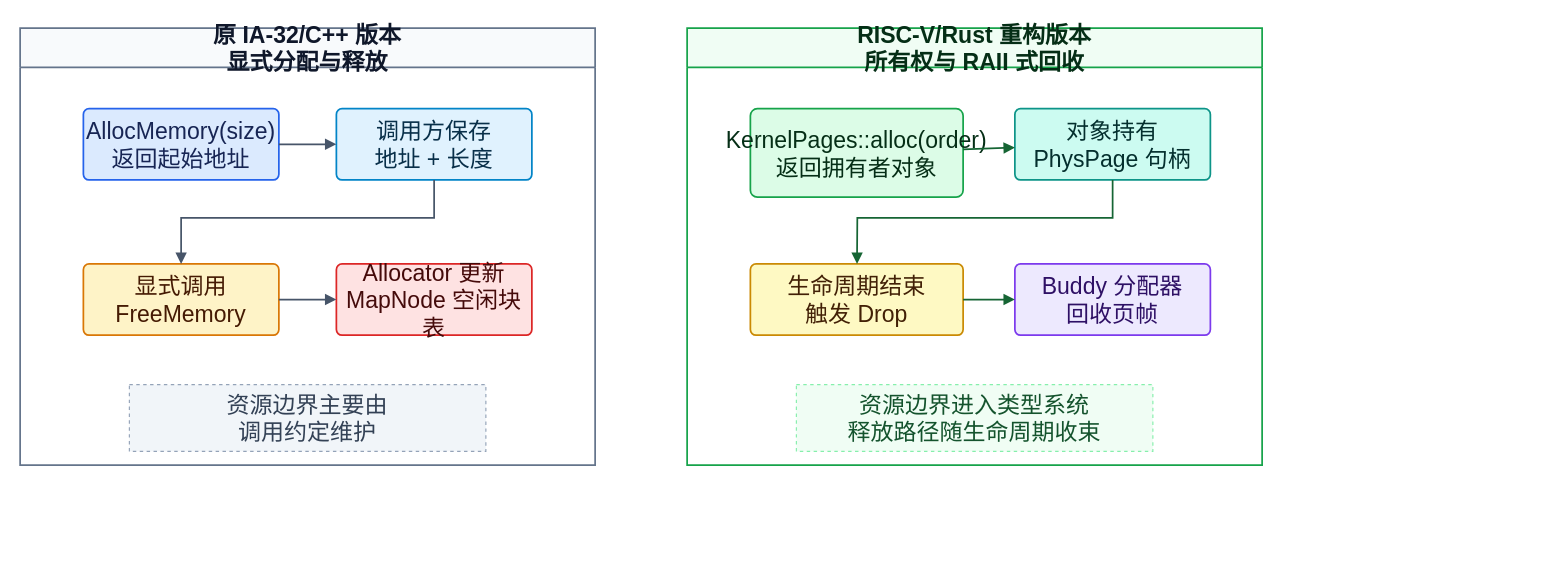
Earlier version of the draw.io diagram figures/mm-lifetime.drawio (greatbridf/Thesis). Source tidied: cells renumbered, new cells numbered last; positions are measured from the earlier drawing's top-left corner, leaving out a move shared by most shapes. Both pictures are drawn from the tidied source at 115%, with x=0, y=0 at pixel (20, 28).
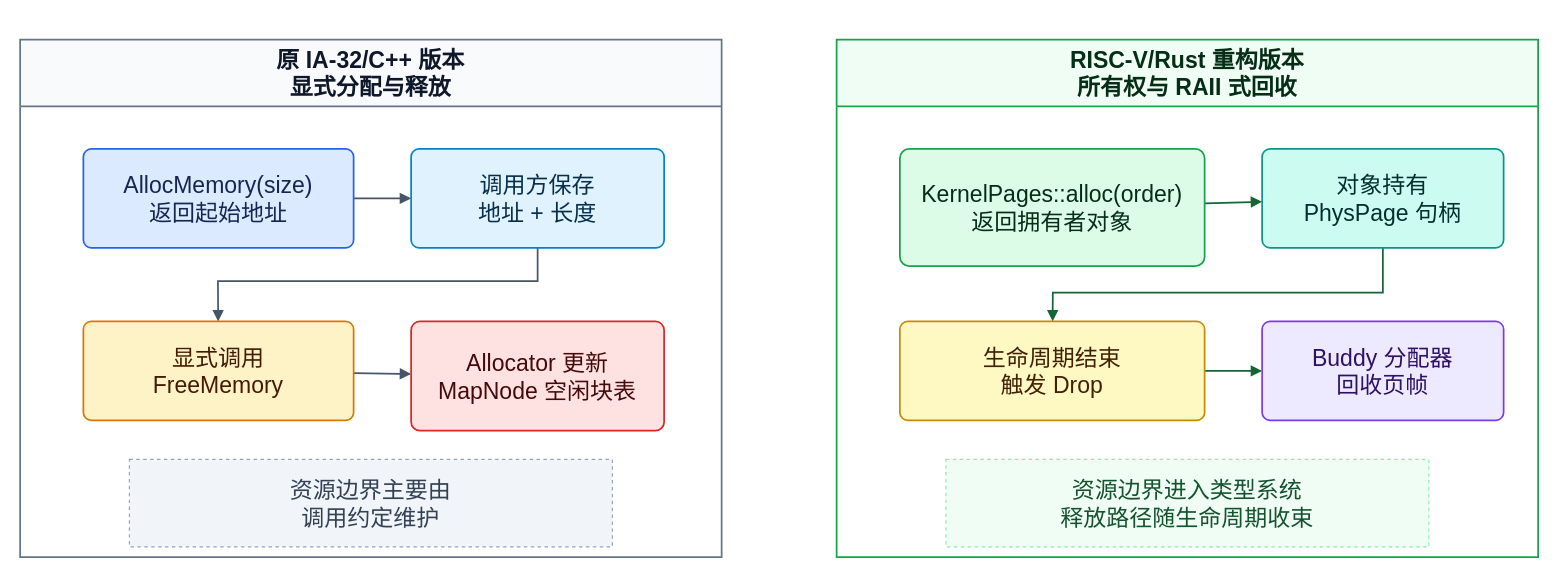
The same page after the edit.

Change to the diagram source:
```diff
@@
+    <mxCell id="14" style="endArrow=block;html=1;rounded=0;strokeColor=#475569;strokeWidth=1.5;" parent="2" edge="1" source="4" target="5">
+      <mxGeometry relative="1" as="geometry" />
+    </mxCell>
+    <mxCell id="15" style="endArrow=block;html=1;rounded=0;strokeColor=#475569;strokeWidth=1.5;" parent="2" edge="1" source="5" target="6">
+      <mxGeometry relative="1" as="geometry">
+        <Array as="points">
+          <mxPoint x="450" y="210" />
+          <mxPoint x="172" y="210" />
+        </Array>
+      </mxGeometry>
+    </mxCell>
+    <mxCell id="16" style="endArrow=block;html=1;rounded=0;strokeColor=#475569;strokeWidth=1.5;" parent="2" edge="1" source="6" target="7">
+      <mxGeometry relative="1" as="geometry" />
+    </mxCell>
+    <mxCell id="17" style="endArrow=block;html=1;rounded=0;strokeColor=#166534;strokeWidth=1.5;" parent="3" edge="1" source="8" target="9">
+      <mxGeometry relative="1" as="geometry" />
+    </mxCell>
+    <mxCell id="18" style="endArrow=block;html=1;rounded=0;strokeColor=#166534;strokeWidth=1.5;" parent="3" edge="1" source="9" target="10">
+      <mxGeometry relative="1" as="geometry">
+        <Array as="points">
+          <mxPoint x="475" y="220" />
+          <mxPoint x="188" y="220" />
+        </Array>
+      </mxGeometry>
+    </mxCell>
+    <mxCell id="19" style="endArrow=block;html=1;rounded=0;strokeColor=#166534;strokeWidth=1.5;" parent="3" edge="1" source="10" target="11">
+      <mxGeometry relative="1" as="geometry" />
+    </mxCell>
-    <mxCell id="2" value="原 IA-32/C++ 版本&lt;br&gt;显式分配与释放" style="swimlane;html=1;startSize=34;rounded=0;whiteSpace=wrap;fillColor=#f8fafc;strokeColor=#64748b;fontColor=#0f172a;fontStyle=1;strokeWidth=1.5;fontSize=20;" parent="1" vertex="1">
-      <mxGeometry width="500" height="380" as="geometry" />
+    <mxCell id="2" value="原 IA-32/C++ 版本&lt;br&gt;显式分配与释放" style="swimlane;html=1;startSize=58;rounded=0;whiteSpace=wrap;fillColor=#f8fafc;strokeColor=#64748b;fontColor=#0f172a;fontStyle=1;strokeWidth=1.5;fontSize=20;" parent="1" vertex="1">
+      <mxGeometry y="10" width="610" height="450" as="geometry" />
     </mxCell>
-    <mxCell id="3" value="RISC-V/Rust 重构版本&lt;br&gt;所有权与 RAII 式回收" style="swimlane;html=1;startSize=34;rounded=0;whiteSpace=wrap;fillColor=#f0fdf4;strokeColor=#16a34a;fontColor=#052e16;fontStyle=1;strokeWidth=1.5;fontSize=20;" parent="1" vertex="1">
-      <mxGeometry x="580" width="500" height="380" as="geometry" />
+    <mxCell id="3" value="RISC-V/Rust 重构版本&lt;br&gt;所有权与 RAII 式回收" style="swimlane;html=1;startSize=58;rounded=0;whiteSpace=wrap;fillColor=#f0fdf4;strokeColor=#16a34a;fontColor=#052e16;fontStyle=1;strokeWidth=1.5;fontSize=20;" parent="1" vertex="1">
+      <mxGeometry x="710" y="10" width="610" height="450" as="geometry" />
     </mxCell>
     <mxCell id="4" value="AllocMemory(size)&lt;br&gt;返回起始地址" style="rounded=1;whiteSpace=wrap;html=1;fillColor=#dbeafe;strokeColor=#2563eb;fontColor=#172554;arcSize=8;strokeWidth=1.5;fontSize=20;" parent="2" vertex="1">
-      <mxGeometry x="55" y="70" width="170" height="62" as="geometry" />
+      <mxGeometry x="55" y="95" width="235" height="86" as="geometry" />
     </mxCell>
     <mxCell id="5" value="调用方保存&lt;br&gt;地址 + 长度" style="rounded=1;whiteSpace=wrap;html=1;fillColor=#e0f2fe;strokeColor=#0284c7;fontColor=#082f49;arcSize=8;strokeWidth=1.5;fontSize=20;" parent="2" vertex="1">
-      <mxGeometry x="275" y="70" width="170" height="62" as="geometry" />
+      <mxGeometry x="340" y="95" width="220" height="86" as="geometry" />
     </mxCell>
     <mxCell id="6" value="显式调用&lt;br&gt;FreeMemory" style="rounded=1;whiteSpace=wrap;html=1;fillColor=#fef3c7;strokeColor=#d97706;fontColor=#451a03;arcSize=8;strokeWidth=1.5;fontSize=20;" parent="2" vertex="1">
-      <mxGeometry x="55" y="205" width="170" height="62" as="geometry" />
+      <mxGeometry x="55" y="245" width="235" height="86" as="geometry" />
     </mxCell>
     <mxCell id="7" value="Allocator 更新&lt;br&gt;MapNode 空闲块表" style="rounded=1;whiteSpace=wrap;html=1;fillColor=#fee2e2;strokeColor=#dc2626;fontColor=#450a0a;arcSize=8;strokeWidth=1.5;fontSize=20;" parent="2" vertex="1">
-      <mxGeometry x="275" y="205" width="170" height="62" as="geometry" />
+      <mxGeometry x="340" y="245" width="220" height="95" as="geometry" />
     </mxCell>
     <mxCell id="8" value="KernelPages::alloc(order)&lt;br&gt;返回拥有者对象" style="rounded=1;whiteSpace=wrap;html=1;fillColor=#dcfce7;strokeColor=#16a34a;fontColor=#052e16;arcSize=8;strokeWidth=1.5;fontSize=20;" parent="3" vertex="1">
-      <mxGeometry x="55" y="70" width="185" height="77" as="geometry" />
+      <mxGeometry x="55" y="95" width="265" height="102" as="geometry" />
     </mxCell>
     <mxCell id="9" value="对象持有&lt;br&gt;PhysPage 句柄" style="rounded=1;whiteSpace=wrap;html=1;fillColor=#ccfbf1;strokeColor=#0d9488;fontColor=#042f2e;arcSize=8;strokeWidth=1.5;fontSize=20;" parent="3" vertex="1">
-      <mxGeometry x="285" y="70" width="170" height="62" as="geometry" />
+      <mxGeometry x="370" y="95" width="210" height="86" as="geometry" />
     </mxCell>
     <mxCell id="10" value="生命周期结束&lt;br&gt;触发 Drop" style="rounded=1;whiteSpace=wrap;html=1;fillColor=#fef9c3;strokeColor=#ca8a04;fontColor=#422006;arcSize=8;strokeWidth=1.5;fontSize=20;" parent="3" vertex="1">
-      <mxGeometry x="55" y="205" width="185" height="62" as="geometry" />
+      <mxGeometry x="55" y="245" width="265" height="86" as="geometry" />
     </mxCell>
     <mxCell id="11" value="Buddy 分配器&lt;br&gt;回收页帧" style="rounded=1;whiteSpace=wrap;html=1;fillColor=#ede9fe;strokeColor=#7c3aed;fontColor=#2e1065;arcSize=8;strokeWidth=1.5;fontSize=20;" parent="3" vertex="1">
-      <mxGeometry x="285" y="205" width="170" height="62" as="geometry" />
+      <mxGeometry x="370" y="245" width="210" height="86" as="geometry" />
     </mxCell>
     <mxCell id="12" value="资源边界主要由&lt;br&gt;调用约定维护" style="rounded=0;whiteSpace=wrap;html=1;fillColor=#f1f5f9;strokeColor=#94a3b8;fontColor=#334155;dashed=1;fontSize=20;" parent="2" vertex="1">
-      <mxGeometry x="95" y="310" width="310" height="58" as="geometry" />
+      <mxGeometry x="95" y="365" width="420" height="76" as="geometry" />
     </mxCell>
     <mxCell id="13" value="资源边界进入类型系统&lt;br&gt;释放路径随生命周期收束" style="rounded=0;whiteSpace=wrap;html=1;fillColor=#f0fdf4;strokeColor=#86efac;fontColor=#14532d;dashed=1;fontSize=20;" parent="3" vertex="1">
-      <mxGeometry x="95" y="310" width="310" height="58" as="geometry" />
+      <mxGeometry x="95" y="365" width="420" height="76" as="geometry" />
     </mxCell>
-    <mxCell id="14" style="endArrow=block;html=1;rounded=0;strokeColor=#475569;strokeWidth=1.5;" parent="2" edge="1" source="4" target="5">
-      <mxGeometry relative="1" as="geometry" />
-    </mxCell>
-    <mxCell id="15" style="endArrow=block;html=1;rounded=0;strokeColor=#475569;strokeWidth=1.5;" parent="2" edge="1" source="5" target="6">
-      <mxGeometry relative="1" as="geometry">
-        <Array as="points">
-          <mxPoint x="360" y="165" />
-          <mxPoint x="140" y="165" />
-        </Array>
-      </mxGeometry>
-    </mxCell>
-    <mxCell id="16" style="endArrow=block;html=1;rounded=0;strokeColor=#475569;strokeWidth=1.5;" parent="2" edge="1" source="6" target="7">
-      <mxGeometry relative="1" as="geometry" />
-    </mxCell>
-    <mxCell id="17" style="endArrow=block;html=1;rounded=0;strokeColor=#166534;strokeWidth=1.5;" parent="3" edge="1" source="8" target="9">
-      <mxGeometry relative="1" as="geometry" />
-    </mxCell>
-    <mxCell id="18" style="endArrow=block;html=1;rounded=0;strokeColor=#166534;strokeWidth=1.5;" parent="3" edge="1" source="9" target="10">
-      <mxGeometry relative="1" as="geometry">
-        <Array as="points">
-          <mxPoint x="370" y="165" />
-          <mxPoint x="148" y="165" />
-        </Array>
-      </mxGeometry>
-    </mxCell>
-    <mxCell id="19" style="endArrow=block;html=1;rounded=0;strokeColor=#166534;strokeWidth=1.5;" parent="3" edge="1" source="10" target="11">
-      <mxGeometry relative="1" as="geometry" />
-    </mxCell>
```
